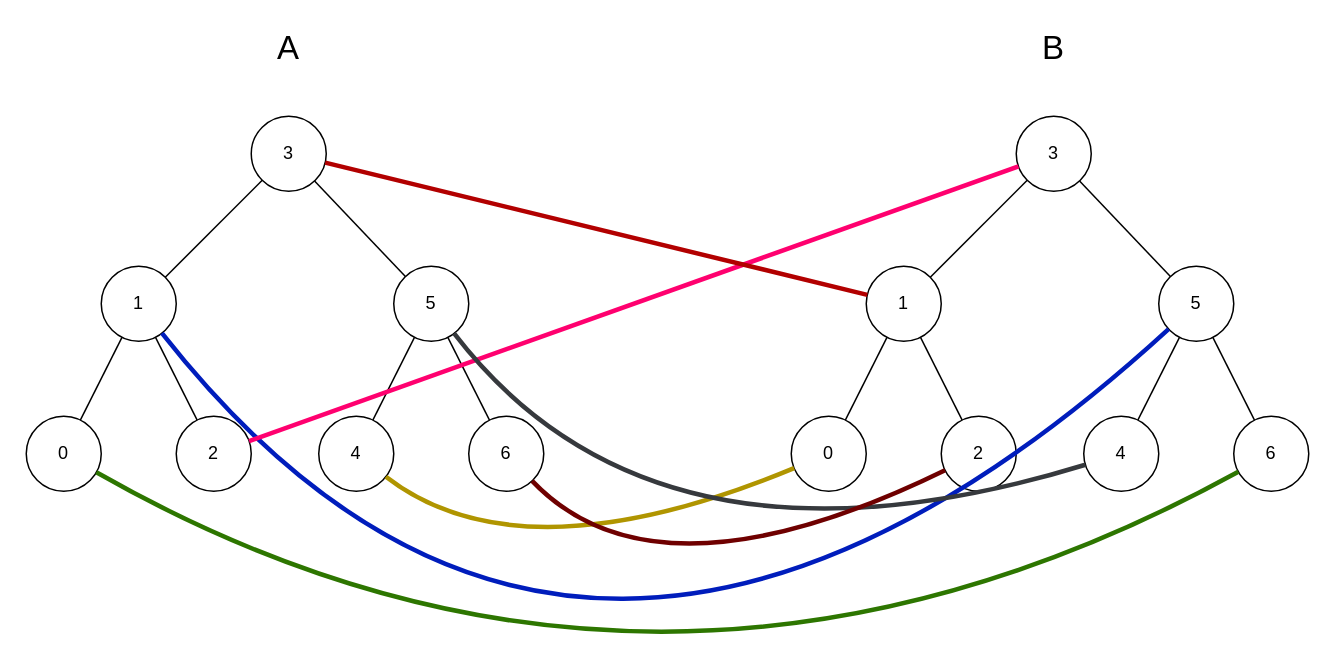
The draw.io diagram thesis/figures/dynamicpermutation.drawio in jakobkhansen/master-thesis, before the edit. Source tidied: cells renumbered, new cells numbered last; positions are measured from the earlier drawing's top-left corner, leaving out a move shared by most shapes. Both pictures are drawn from the tidied source at 150%, with x=0, y=0 at pixel (26, 26).
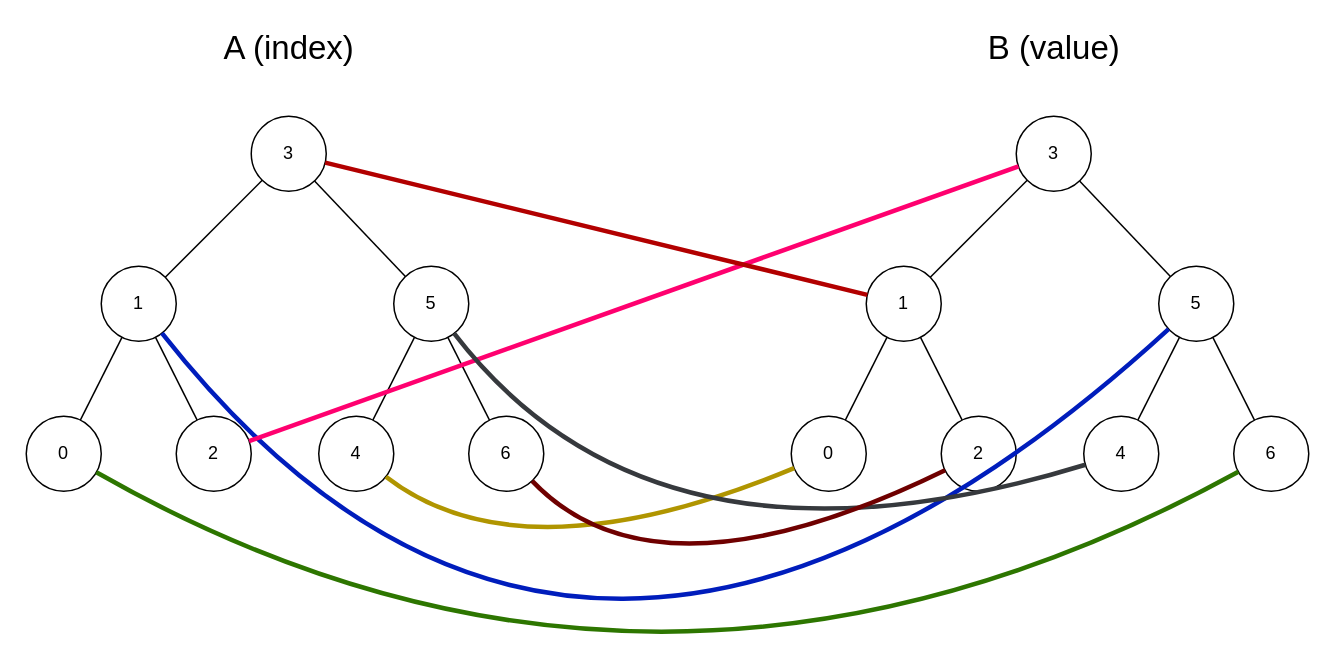
Above is the later version.

The edit, as a diff of the source:
```diff
@@
-    <mxCell id="35" value="&lt;font style=&quot;font-size: 22px;&quot;&gt;A&lt;/font&gt;" style="text;html=1;strokeColor=none;fillColor=none;align=center;verticalAlign=middle;whiteSpace=wrap;rounded=0;" parent="1" vertex="1">
-      <mxGeometry x="145" width="60" height="30" as="geometry" />
+    <mxCell id="35" value="&lt;font style=&quot;font-size: 22px;&quot;&gt;A (index)&lt;/font&gt;" style="text;html=1;strokeColor=none;fillColor=none;align=center;verticalAlign=middle;whiteSpace=wrap;rounded=0;" parent="1" vertex="1">
+      <mxGeometry x="122.5" width="105" height="30" as="geometry" />
     </mxCell>
-    <mxCell id="36" value="&lt;font style=&quot;font-size: 22px;&quot;&gt;B&lt;/font&gt;" style="text;html=1;strokeColor=none;fillColor=none;align=center;verticalAlign=middle;whiteSpace=wrap;rounded=0;" parent="1" vertex="1">
-      <mxGeometry x="655" width="60" height="30" as="geometry" />
+    <mxCell id="36" value="&lt;font style=&quot;font-size: 22px;&quot;&gt;B (value)&lt;/font&gt;" style="text;html=1;strokeColor=none;fillColor=none;align=center;verticalAlign=middle;whiteSpace=wrap;rounded=0;" parent="1" vertex="1">
+      <mxGeometry x="637.5" width="95" height="30" as="geometry" />
     </mxCell>
```
